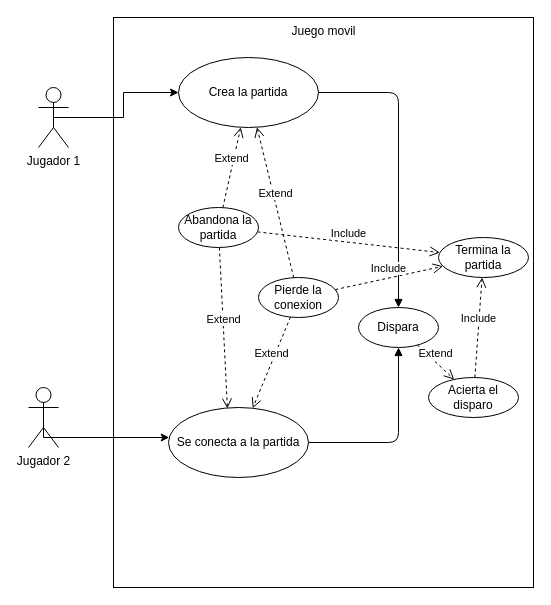
This is Entorno de desarrollo/UML/ej3-juegoMovil.drawio from JavierCamposCuesta/repoJavierCampos, a draw.io file, before an edit. Source tidied: cells renumbered, new cells numbered last; positions are measured from the earlier drawing's top-left corner, leaving out a move shared by most shapes. Both pictures are drawn from the tidied source at 100%, with x=0, y=0 at pixel (28, 17).
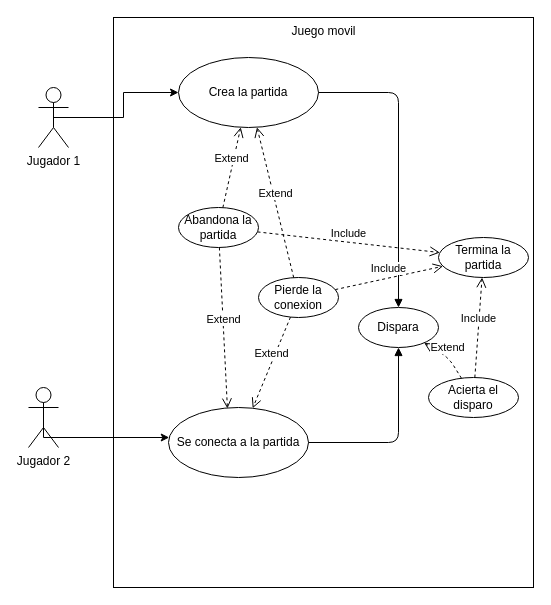
Above is the later version.

The change refers to these unchanged cells:
```xml
<mxCell id="11" value="Acierta el disparo" style="ellipse;whiteSpace=wrap;html=1;labelBackgroundColor=none;fillColor=none;fontColor=none;" parent="1" vertex="1">
  <mxGeometry x="400" y="360" width="90" height="40" as="geometry" />
</mxCell>
<mxCell id="15" value="Dispara" style="ellipse;whiteSpace=wrap;html=1;labelBackgroundColor=none;fillColor=none;fontColor=none;" parent="1" vertex="1">
  <mxGeometry x="330" y="290" width="80" height="40" as="geometry" />
</mxCell>
```

The edit, as a diff of the source:
```diff
@@
-    <mxCell id="18" value="Extend" style="html=1;verticalAlign=bottom;endArrow=open;dashed=1;endSize=8;" parent="1" edge="1" source="15" target="11">
-      <mxGeometry relative="1" as="geometry" />
+    <mxCell id="18" value="Extend" style="html=1;verticalAlign=bottom;endArrow=open;dashed=1;endSize=8;" parent="1" edge="1" source="11" target="15">
+      <mxGeometry relative="1" as="geometry">
+        <Array as="points">
+          <mxPoint x="420" y="340" />
+        </Array>
+      </mxGeometry>
     </mxCell>
```
